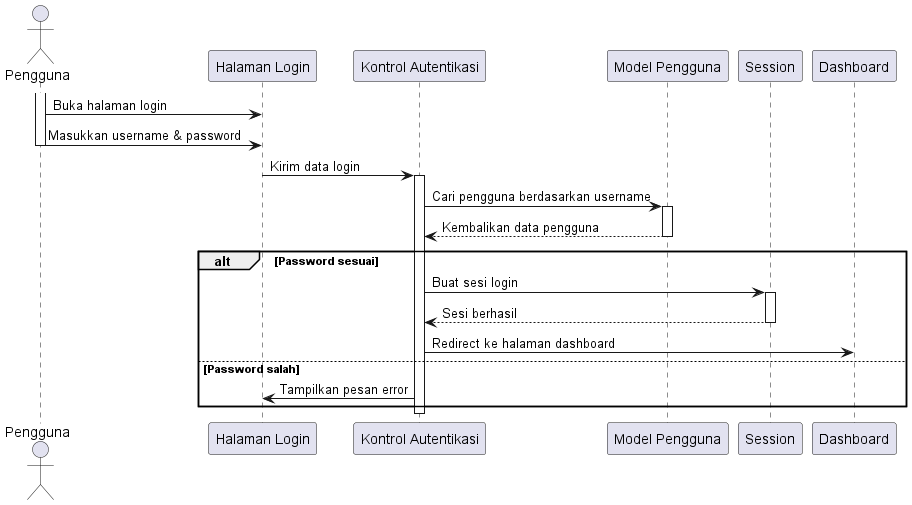
Before: out/sequence diagram/login/login.png, a diagram exported from PlantUML (tengahcang/UML_TA). Source of this version:
```plantuml
@startuml

actor Pengguna
participant "Halaman Login" as Login
participant "Kontrol Autentikasi" as Auth
participant "Model Pengguna" as UserModel
participant "Session" as Session
participant "Dashboard" as Dashboard

activate Pengguna
Pengguna -> Login: Buka halaman login

Pengguna -> Login: Masukkan username & password
deactivate Pengguna

Login -> Auth: Kirim data login

activate Auth

Auth -> UserModel: Cari pengguna berdasarkan username
activate UserModel
UserModel --> Auth: Kembalikan data pengguna
deactivate UserModel

alt Password sesuai
    Auth -> Session: Buat sesi login
    activate Session
    Session --> Auth: Sesi berhasil
    deactivate Session

    Auth -> Dashboard: Redirect ke halaman dashboard
else Password salah
    Auth -> Login: Tampilkan pesan error
end

deactivate Auth

@enduml
```
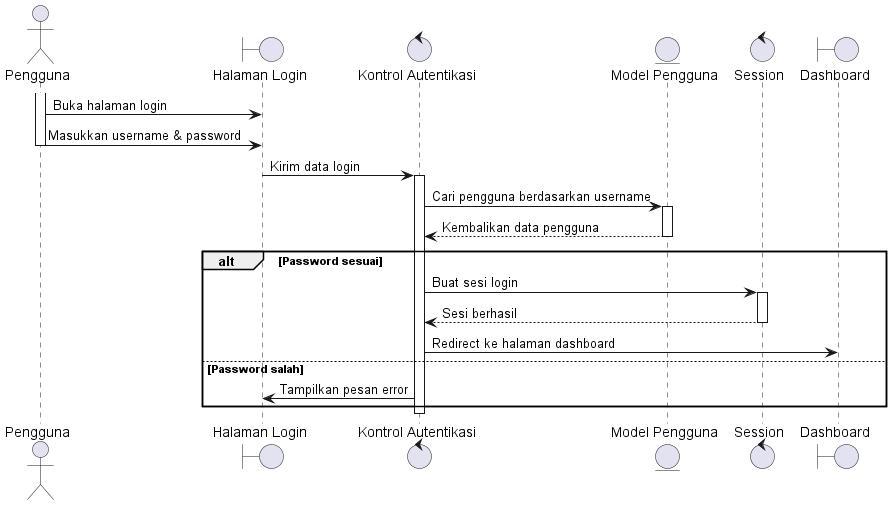
Above is the later version.

Change to the diagram source:
```diff
@@ -1,11 +1,11 @@
 @startuml
 
 actor Pengguna
-participant "Halaman Login" as Login
-participant "Kontrol Autentikasi" as Auth
-participant "Model Pengguna" as UserModel
-participant "Session" as Session
-participant "Dashboard" as Dashboard
+boundary "Halaman Login" as Login
+control "Kontrol Autentikasi" as Auth
+entity "Model Pengguna" as UserModel
+control "Session" as Session
+boundary "Dashboard" as Dashboard
 
 activate Pengguna
 Pengguna -> Login: Buka halaman login
```
